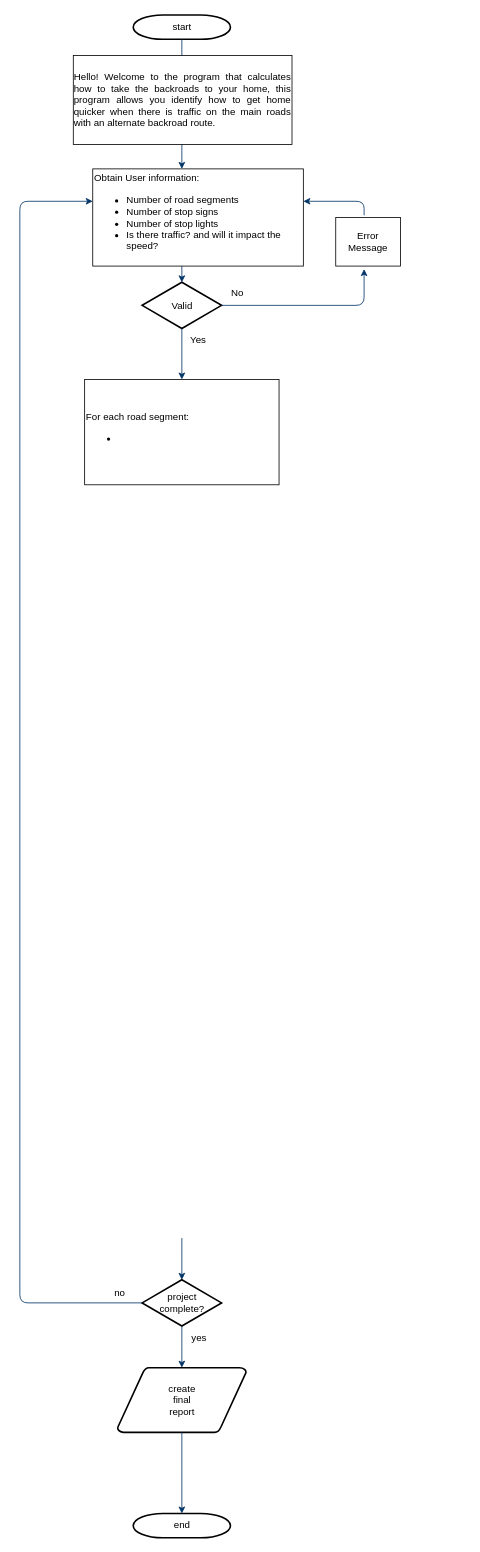
Before: Untitled Diagram.drawio in JLanez/Complete-Python-3-Bootcamp, a draw.io diagram. Source tidied: cells renumbered, new cells numbered last; positions are measured from the earlier drawing's top-left corner, leaving out a move shared by most shapes. Both pictures are drawn from the tidied source at 81%, with x=0, y=0 at pixel (19, 15).
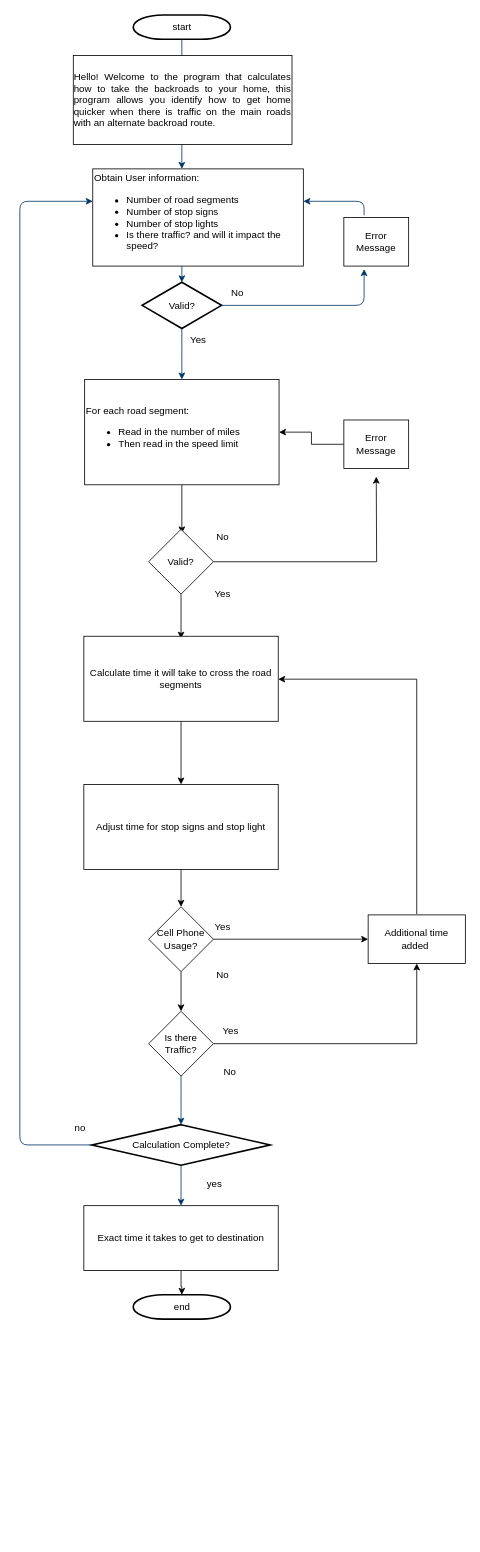
After the change.

What changed in the source:
```diff
@@
-    <mxCell id="3" value="Valid" style="shape=mxgraph.flowchart.decision;strokeWidth=2;gradientColor=none;gradientDirection=north;fontStyle=0;html=1;" parent="1" vertex="1">
+    <mxCell id="3" value="Valid?" style="shape=mxgraph.flowchart.decision;strokeWidth=2;gradientColor=none;gradientDirection=north;fontStyle=0;html=1;" parent="1" vertex="1">
       <mxGeometry x="151" y="330" width="98" height="57" as="geometry" />
     </mxCell>
@@
-    <mxCell id="11" value="project&#10;complete?" style="shape=mxgraph.flowchart.decision;strokeWidth=2;gradientColor=none;gradientDirection=north;fontStyle=0;html=1;" parent="1" vertex="1">
-      <mxGeometry x="151" y="1561.5" width="98" height="57" as="geometry" />
+    <mxCell id="11" value="Calculation Complete?" style="shape=mxgraph.flowchart.decision;strokeWidth=2;gradientColor=none;gradientDirection=north;fontStyle=0;html=1;" parent="1" vertex="1">
+      <mxGeometry x="89" y="1370" width="220" height="50" as="geometry" />
     </mxCell>
-    <mxCell id="12" value="create&#10;final&#10;report" style="shape=mxgraph.flowchart.data;strokeWidth=2;gradientColor=none;gradientDirection=north;fontStyle=0;html=1;" parent="1" vertex="1">
-      <mxGeometry x="120.5" y="1670" width="159" height="80" as="geometry" />
-    </mxCell>
     <mxCell id="13" value="end" style="shape=mxgraph.flowchart.terminator;strokeWidth=2;gradientColor=none;gradientDirection=north;fontStyle=0;html=1;" parent="1" vertex="1">
-      <mxGeometry x="140" y="1850" width="120" height="30" as="geometry" />
+      <mxGeometry x="140" y="1580" width="120" height="30" as="geometry" />
     </mxCell>
-    <mxCell id="14" style="edgeStyle=elbowEdgeStyle;elbow=vertical;exitX=0.5;exitY=1;exitPerimeter=0;entryX=0.5;entryY=0;entryPerimeter=0;fontStyle=1;strokeColor=#003366;strokeWidth=1;html=1;" parent="1" edge="1" target="11">
-      <mxGeometry as="geometry">
-        <mxPoint x="200" y="1510" as="sourcePoint" />
-      </mxGeometry>
+    <mxCell id="14" style="edgeStyle=elbowEdgeStyle;elbow=vertical;exitX=0.5;exitY=1;entryX=0.5;entryY=0;entryPerimeter=0;fontStyle=1;strokeColor=#003366;strokeWidth=1;html=1;exitDx=0;exitDy=0;" parent="1" edge="1" source="45" target="11">
+      <mxGeometry as="geometry" />
     </mxCell>
-    <mxCell id="15" style="edgeStyle=elbowEdgeStyle;elbow=vertical;exitX=0.5;exitY=1;exitPerimeter=0;entryX=0.5;entryY=0;entryPerimeter=0;fontStyle=1;strokeColor=#003366;strokeWidth=1;html=1;" parent="1" edge="1" source="11" target="12">
-      <mxGeometry as="geometry" />
-    </mxCell>
-    <mxCell id="16" style="edgeStyle=elbowEdgeStyle;elbow=vertical;exitX=0.5;exitY=1;exitPerimeter=0;entryX=0.5;entryY=0;entryPerimeter=0;fontStyle=1;strokeColor=#003366;strokeWidth=1;html=1;" parent="1" edge="1" source="12" target="13">
-      <mxGeometry as="geometry" />
-    </mxCell>
@@
     <mxCell id="18" value="yes" style="text;fontStyle=0;html=1;strokeColor=none;gradientColor=none;fillColor=none;strokeWidth=2;align=center;" parent="1" vertex="1">
-      <mxGeometry x="201" y="1620" width="40" height="26" as="geometry" />
+      <mxGeometry x="220" y="1430" width="40" height="26" as="geometry" />
     </mxCell>
@@
     <mxCell id="20" value="no" style="text;fontStyle=0;html=1;strokeColor=none;gradientColor=none;fillColor=none;strokeWidth=2;" parent="1" vertex="1">
-      <mxGeometry x="115" y="1564" width="40" height="26" as="geometry" />
+      <mxGeometry x="66" y="1360" width="40" height="26" as="geometry" />
     </mxCell>
@@
     <mxCell id="23" value="Error Message" style="rounded=0;whiteSpace=wrap;html=1;" parent="1" vertex="1">
-      <mxGeometry x="390" y="250" width="80" height="60" as="geometry" />
+      <mxGeometry x="400" y="250" width="80" height="60" as="geometry" />
     </mxCell>
+    <mxCell id="25" style="edgeStyle=orthogonalEdgeStyle;rounded=0;jettySize=auto;html=1;" parent="1" edge="1" source="24">
+      <mxGeometry relative="1" as="geometry">
+        <mxPoint x="200" y="640" as="targetPoint" />
+      </mxGeometry>
+    </mxCell>
-    <mxCell id="24" value="For each road segment:&lt;br&gt;&lt;ul&gt;&lt;li&gt;&lt;br&gt;&lt;/li&gt;&lt;/ul&gt;" style="rounded=0;whiteSpace=wrap;html=1;align=left;" parent="1" vertex="1">
+    <mxCell id="24" value="For each road segment:&lt;br&gt;&lt;ul&gt;&lt;li&gt;Read in the number of miles&lt;/li&gt;&lt;li&gt;Then read in the speed limit&lt;/li&gt;&lt;/ul&gt;" style="rounded=0;whiteSpace=wrap;html=1;align=left;" parent="1" vertex="1">
       <mxGeometry x="80" y="450" width="240" height="130" as="geometry" />
     </mxCell>
+    <mxCell id="26" style="edgeStyle=orthogonalEdgeStyle;rounded=0;jettySize=auto;html=1;" parent="1" edge="1" source="27" target="24">
+      <mxGeometry relative="1" as="geometry" />
+    </mxCell>
+    <mxCell id="27" value="Error Message" style="rounded=0;whiteSpace=wrap;html=1;" parent="1" vertex="1">
+      <mxGeometry x="400" y="500" width="80" height="60" as="geometry" />
+    </mxCell>
+    <mxCell id="28" style="edgeStyle=orthogonalEdgeStyle;rounded=0;jettySize=auto;html=1;" parent="1" edge="1" source="30">
+      <mxGeometry relative="1" as="geometry">
+        <mxPoint x="440" y="570" as="targetPoint" />
+      </mxGeometry>
+    </mxCell>
+    <mxCell id="29" style="edgeStyle=orthogonalEdgeStyle;rounded=0;jettySize=auto;html=1;" parent="1" edge="1" source="30">
+      <mxGeometry relative="1" as="geometry">
+        <mxPoint x="199" y="770" as="targetPoint" />
+      </mxGeometry>
+    </mxCell>
+    <mxCell id="30" value="Valid?" style="rhombus;whiteSpace=wrap;html=1;align=center;rounded=0;" parent="1" vertex="1">
+      <mxGeometry x="159" y="635" width="80" height="80" as="geometry" />
+    </mxCell>
+    <mxCell id="31" value="No" style="text;html=1;align=center;verticalAlign=middle;strokeColor=none;fillColor=none;" parent="1" vertex="1">
+      <mxGeometry x="230" y="630" width="40" height="30" as="geometry" />
+    </mxCell>
+    <mxCell id="32" value="Yes" style="text;html=1;align=center;verticalAlign=middle;strokeColor=none;fillColor=none;" parent="1" vertex="1">
+      <mxGeometry x="230" y="700" width="40" height="30" as="geometry" />
+    </mxCell>
+    <mxCell id="33" style="edgeStyle=orthogonalEdgeStyle;rounded=0;jettySize=auto;html=1;" parent="1" edge="1" source="34">
+      <mxGeometry relative="1" as="geometry">
+        <mxPoint x="199" y="950" as="targetPoint" />
+      </mxGeometry>
+    </mxCell>
+    <mxCell id="34" value="Calculate time it will take to cross the road segments" style="whiteSpace=wrap;html=1;rounded=0;" parent="1" vertex="1">
+      <mxGeometry x="79" y="767" width="240" height="105" as="geometry" />
+    </mxCell>
+    <mxCell id="35" style="edgeStyle=orthogonalEdgeStyle;rounded=0;jettySize=auto;html=1;" parent="1" edge="1" source="36" target="39">
+      <mxGeometry relative="1" as="geometry" />
+    </mxCell>
+    <mxCell id="36" value="Adjust time for stop signs and stop light" style="whiteSpace=wrap;html=1;rounded=0;" parent="1" vertex="1">
+      <mxGeometry x="79" y="950" width="240" height="105" as="geometry" />
+    </mxCell>
+    <mxCell id="37" style="edgeStyle=orthogonalEdgeStyle;rounded=0;jettySize=auto;html=1;entryX=0;entryY=0.5;entryDx=0;entryDy=0;" parent="1" edge="1" source="39" target="42">
+      <mxGeometry relative="1" as="geometry" />
+    </mxCell>
+    <mxCell id="38" style="edgeStyle=orthogonalEdgeStyle;rounded=0;jettySize=auto;html=1;" parent="1" edge="1" source="39" target="45">
+      <mxGeometry relative="1" as="geometry" />
+    </mxCell>
+    <mxCell id="39" value="Cell Phone Usage?" style="rhombus;whiteSpace=wrap;html=1;rounded=0;" parent="1" vertex="1">
+      <mxGeometry x="159" y="1101" width="80" height="80" as="geometry" />
+    </mxCell>
+    <mxCell id="40" value="No" style="text;html=1;align=center;verticalAlign=middle;strokeColor=none;fillColor=none;" parent="1" vertex="1">
+      <mxGeometry x="230" y="1171" width="40" height="30" as="geometry" />
+    </mxCell>
+    <mxCell id="41" value="Yes" style="text;html=1;align=center;verticalAlign=middle;strokeColor=none;fillColor=none;" parent="1" vertex="1">
+      <mxGeometry x="230" y="1111" width="40" height="30" as="geometry" />
+    </mxCell>
+    <mxCell id="42" value="Additional time added&amp;nbsp;" style="rounded=0;whiteSpace=wrap;html=1;" parent="1" vertex="1">
+      <mxGeometry x="430" y="1111" width="120" height="60" as="geometry" />
+    </mxCell>
+    <mxCell id="43" style="endArrow=classic;html=1;rounded=0;" parent="1" edge="1">
+      <mxGeometry relative="1" as="geometry">
+        <mxPoint x="490" y="1110" as="sourcePoint" />
+        <mxPoint x="319" y="820" as="targetPoint" />
+        <Array as="points">
+          <mxPoint x="490" y="820" />
+        </Array>
+      </mxGeometry>
+    </mxCell>
+    <mxCell id="44" style="edgeStyle=orthogonalEdgeStyle;rounded=0;jettySize=auto;html=1;entryX=0.5;entryY=1;entryDx=0;entryDy=0;" parent="1" edge="1" source="45" target="42">
+      <mxGeometry relative="1" as="geometry" />
+    </mxCell>
+    <mxCell id="45" value="Is there Traffic?" style="rhombus;whiteSpace=wrap;html=1;rounded=0;" parent="1" vertex="1">
+      <mxGeometry x="159" y="1230" width="80" height="80" as="geometry" />
+    </mxCell>
+    <mxCell id="46" value="Yes" style="text;html=1;align=center;verticalAlign=middle;strokeColor=none;fillColor=none;" parent="1" vertex="1">
+      <mxGeometry x="240" y="1240" width="40" height="30" as="geometry" />
+    </mxCell>
+    <mxCell id="47" value="No" style="text;html=1;align=center;verticalAlign=middle;strokeColor=none;fillColor=none;" parent="1" vertex="1">
+      <mxGeometry x="239" y="1290" width="40" height="30" as="geometry" />
+    </mxCell>
+    <mxCell id="48" style="edgeStyle=elbowEdgeStyle;elbow=vertical;exitX=0.5;exitY=1;exitPerimeter=0;entryX=0.5;entryY=0;entryPerimeter=0;fontStyle=1;strokeColor=#003366;strokeWidth=1;html=1;" parent="1" edge="1" source="11" target="50">
+      <mxGeometry as="geometry" />
+    </mxCell>
+    <mxCell id="49" style="edgeStyle=orthogonalEdgeStyle;rounded=0;jettySize=auto;html=1;" parent="1" edge="1" source="50" target="13">
+      <mxGeometry relative="1" as="geometry" />
+    </mxCell>
+    <mxCell id="50" value="Exact time it takes to get to destination" style="rounded=0;whiteSpace=wrap;html=1;" parent="1" vertex="1">
+      <mxGeometry x="79" y="1470" width="240" height="80" as="geometry" />
+    </mxCell>
```
